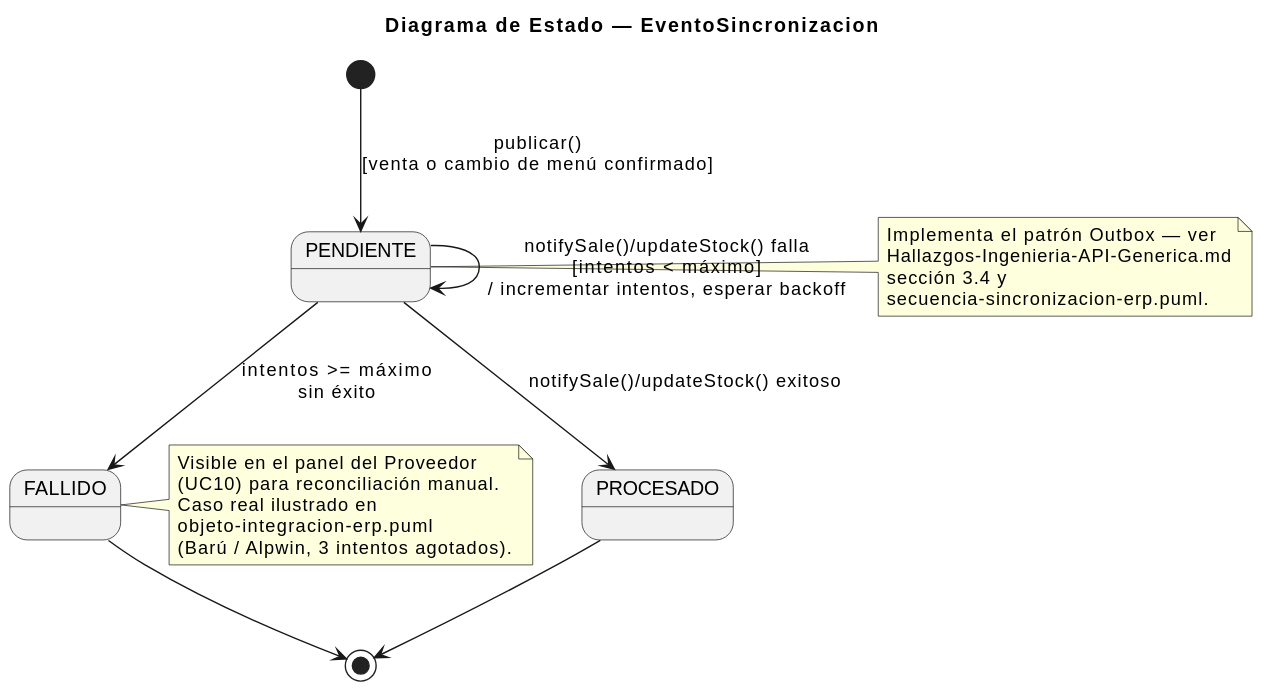
Jesus-JB/aliflow keeps this PlantUML diagram as uml/estado-evento-sincronizacion.svg. Above is the earlier version. The source it was exported from:
```plantuml
@startuml
title Diagrama de Estado — EventoSincronizacion

[*] --> PENDIENTE : publicar()\n[venta o cambio de menú confirmado]

PENDIENTE --> PENDIENTE : notifySale()/updateStock() falla\n[intentos < máximo]\n/ incrementar intentos, esperar backoff

PENDIENTE --> PROCESADO : notifySale()/updateStock() exitoso

PENDIENTE --> FALLIDO : intentos >= máximo\nsin éxito

PROCESADO --> [*]
FALLIDO --> [*]

note right of PENDIENTE
  Implementa el patrón Outbox — ver
  Hallazgos-Ingenieria-API-Generica.md
  sección 3.4 y
  secuencia-sincronizacion-erp.puml.
end note

note right of FALLIDO
  Visible en el panel del Proveedor
  (UC10) para reconciliación manual.
  Caso real ilustrado en
  objeto-integracion-erp.puml
  (Barú / Alpwin, 3 intentos agotados).
end note
@enduml
```
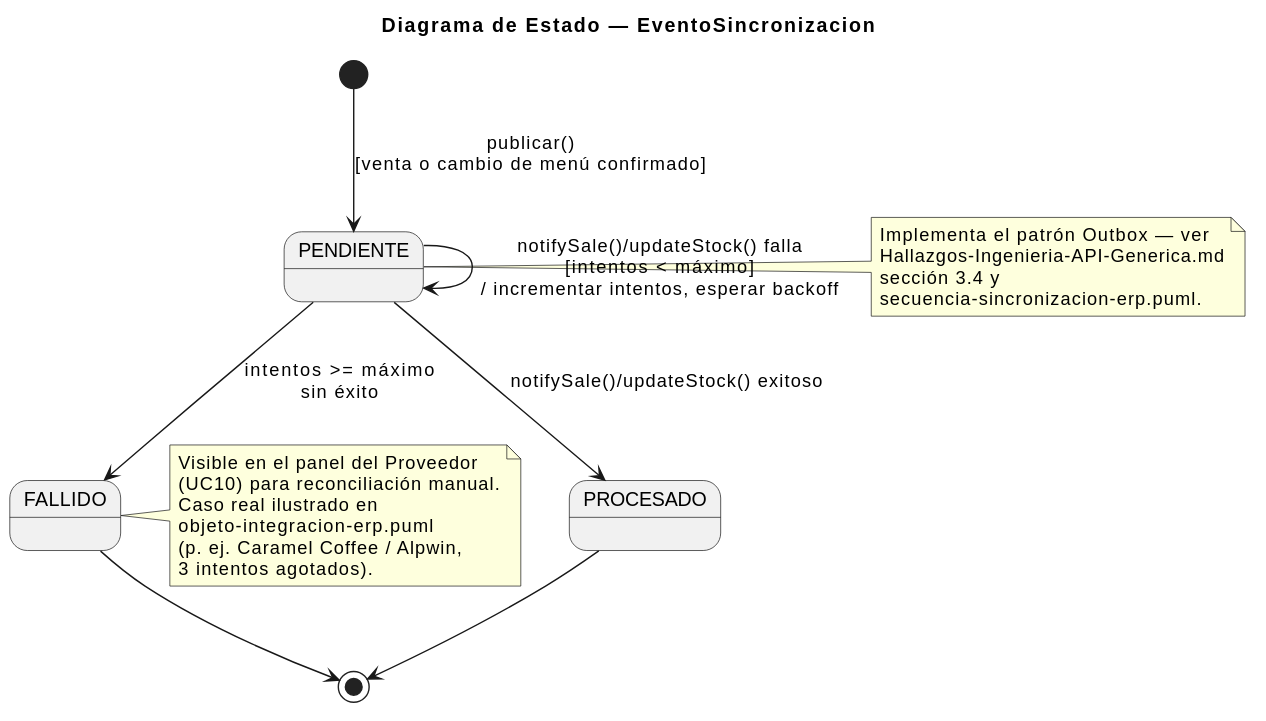
After the change.

What changed in the source:
```diff
@@ -24,6 +24,7 @@
   (UC10) para reconciliación manual.
   Caso real ilustrado en
   objeto-integracion-erp.puml
-  (Barú / Alpwin, 3 intentos agotados).
+  (p. ej. Caramel Coffee / Alpwin,
+  3 intentos agotados).
 end note
 @enduml
```
